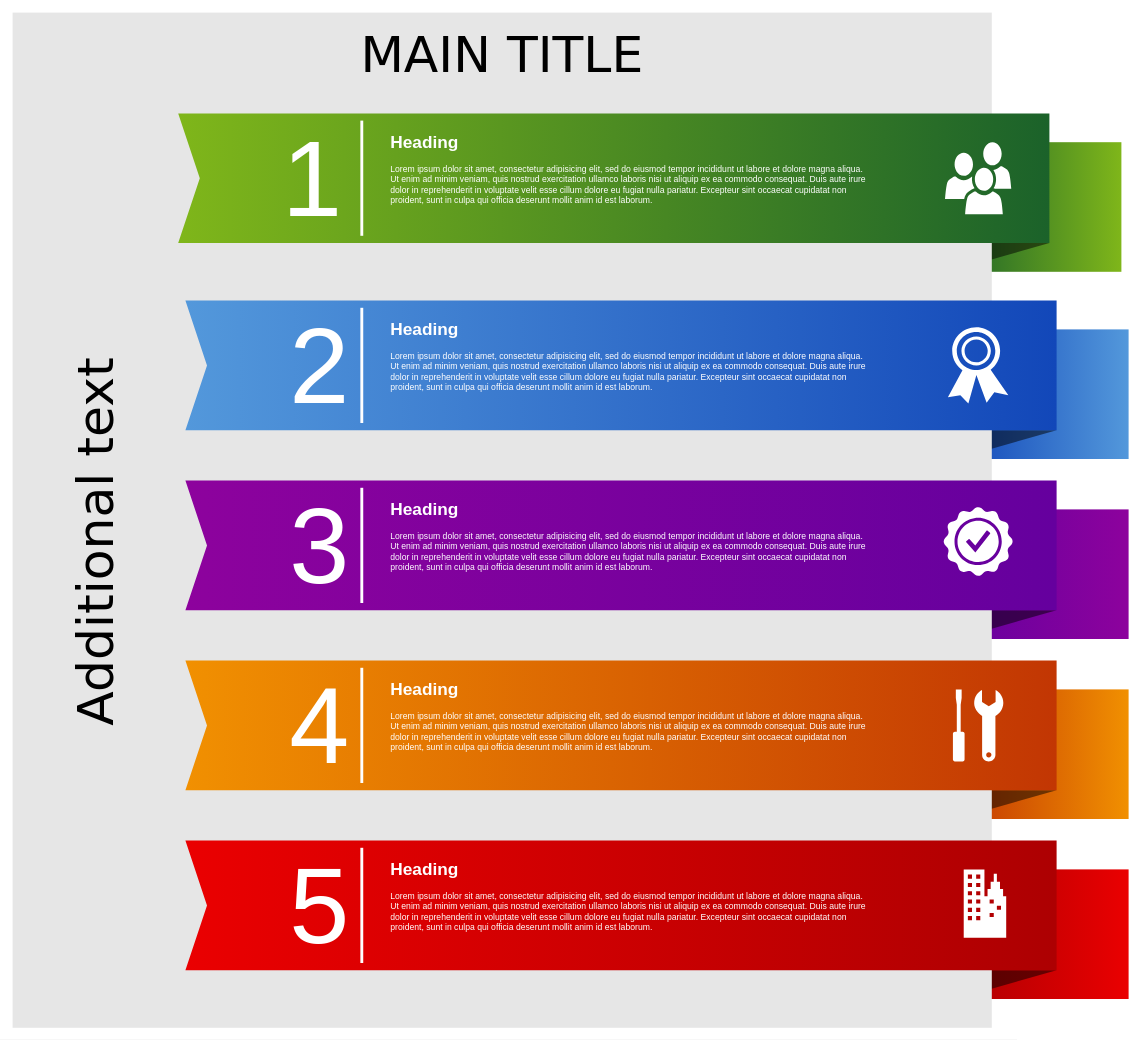
This is example/nornal.drawio from stramChen/MyDraw, a draw.io file, before an edit. Source tidied: cells renumbered, new cells numbered last; positions are measured from the earlier drawing's top-left corner, leaving out a move shared by most shapes. Both pictures are drawn from the tidied source at 72%, with x=0, y=0 at pixel (12, 12).
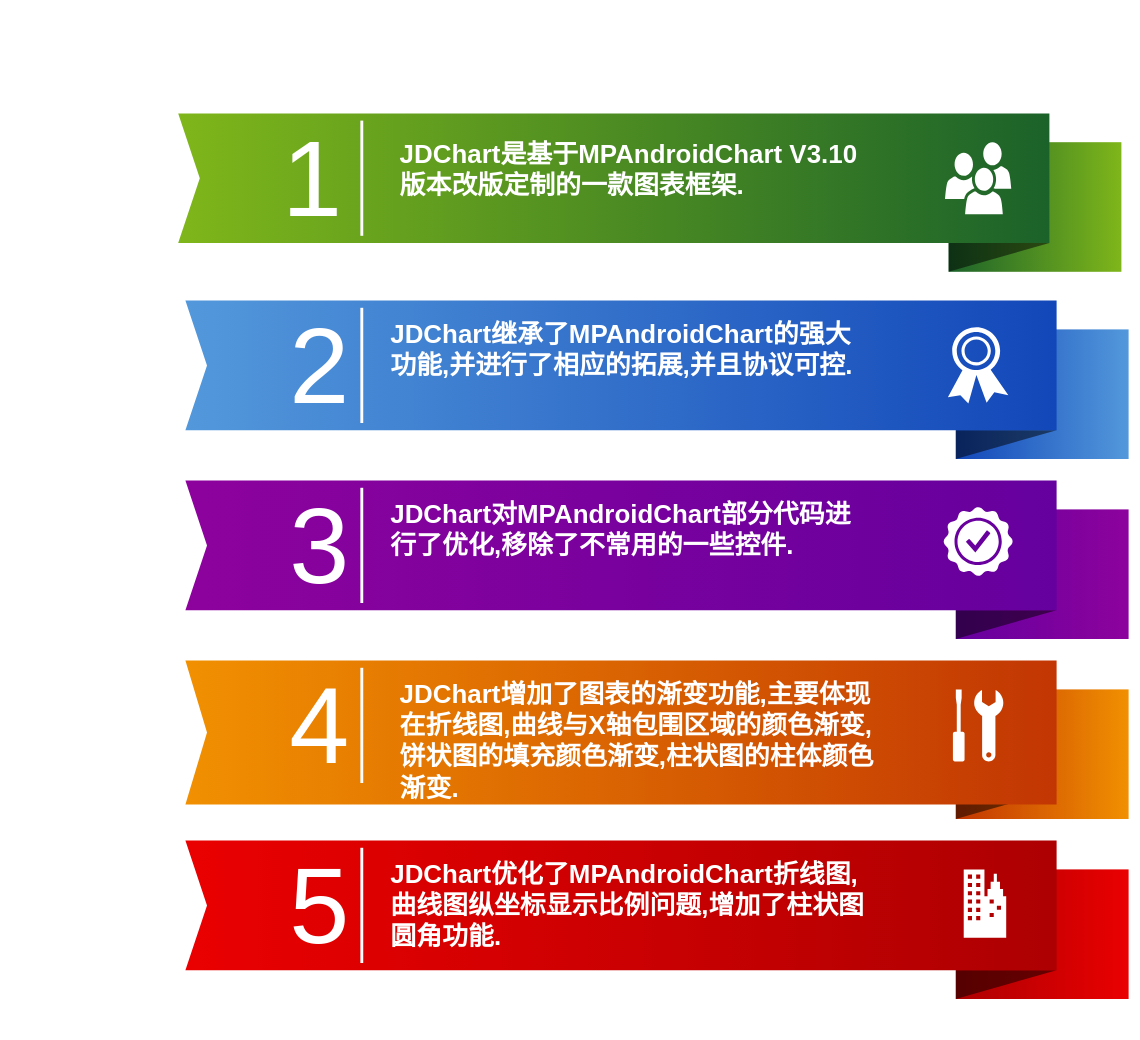
Above is the later version.

Diff of the diagram source:
```diff
@@
-    <mxCell id="12" value="MAIN TITLE" style="whiteSpace=wrap;html=1;rounded=0;shadow=0;dashed=0;strokeWidth=1;fillColor=#E6E6E6;fontFamily=Verdana;fontSize=70;strokeColor=none;verticalAlign=top;spacingTop=10;" parent="1" vertex="1">
-      <mxGeometry width="1360" height="1410" as="geometry" />
-    </mxCell>
@@
     <mxCell id="16" style="html=1;shadow=0;dashed=0;align=center;verticalAlign=middle;shape=mxgraph.arrows2.arrow;dy=0;dx=0;notch=30;rounded=0;strokeColor=none;strokeWidth=1;fillColor=#F19001;fontFamily=Tahoma;fontSize=10;fontColor=#FFFFFF;gradientColor=#C23603;gradientDirection=east;" parent="1" vertex="1">
-      <mxGeometry x="240" y="900" width="1210" height="180" as="geometry" />
+      <mxGeometry x="240" y="900" width="1210" height="200" as="geometry" />
     </mxCell>
@@
-    <mxCell id="18" value="Additional text" style="text;html=1;strokeColor=none;fillColor=none;align=center;verticalAlign=middle;whiteSpace=wrap;rounded=0;shadow=0;dashed=0;fontFamily=Verdana;fontSize=70;horizontal=0;" parent="1" vertex="1">
-      <mxGeometry x="50" y="140" width="130" height="1190" as="geometry" />
-    </mxCell>
@@
-    <mxCell id="29" value="&lt;h1&gt;Heading&lt;/h1&gt;&lt;p&gt;L&lt;span&gt;orem ipsum dolor sit amet, consectetur adipisicing elit, sed do eiusmod tempor incididunt ut labore et dolore magna aliqua. Ut enim ad minim veniam, quis nostrud exercitation ullamco laboris nisi ut aliquip ex ea commodo consequat. Duis aute irure dolor in reprehenderit in voluptate velit esse cillum dolore eu fugiat nulla pariatur. Excepteur sint occaecat cupidatat non proident, sunt in culpa qui officia deserunt mollit anim id est laborum.&lt;/span&gt;&lt;/p&gt;" style="text;html=1;strokeColor=none;fillColor=none;spacing=5;spacingTop=-20;whiteSpace=wrap;overflow=hidden;rounded=0;shadow=0;dashed=0;fontFamily=Helvetica;fontSize=12;fontColor=#FFFFFF;align=left;" parent="1" vertex="1">
-      <mxGeometry x="520" y="160" width="670" height="140" as="geometry" />
+    <mxCell id="29" value="&lt;h1&gt;&lt;font style=&quot;font-size: 36px&quot;&gt;JDChart是基于MPAndroidChart V3.10版本改版定制的一款图表框架.&lt;/font&gt;&lt;/h1&gt;&lt;div&gt;&lt;br&gt;&lt;/div&gt;" style="text;html=1;strokeColor=none;fillColor=none;spacing=5;spacingTop=-20;whiteSpace=wrap;overflow=hidden;rounded=0;shadow=0;dashed=0;fontFamily=Helvetica;fontSize=12;fontColor=#FFFFFF;align=left;" parent="1" vertex="1">
+      <mxGeometry x="533" y="170" width="670" height="130" as="geometry" />
     </mxCell>
-    <mxCell id="30" value="&lt;h1&gt;Heading&lt;/h1&gt;&lt;p&gt;L&lt;span&gt;orem ipsum dolor sit amet, consectetur adipisicing elit, sed do eiusmod tempor incididunt ut labore et dolore magna aliqua. Ut enim ad minim veniam, quis nostrud exercitation ullamco laboris nisi ut aliquip ex ea commodo consequat. Duis aute irure dolor in reprehenderit in voluptate velit esse cillum dolore eu fugiat nulla pariatur. Excepteur sint occaecat cupidatat non proident, sunt in culpa qui officia deserunt mollit anim id est laborum.&lt;/span&gt;&lt;/p&gt;" style="text;html=1;strokeColor=none;fillColor=none;spacing=5;spacingTop=-20;whiteSpace=wrap;overflow=hidden;rounded=0;shadow=0;dashed=0;fontFamily=Helvetica;fontSize=12;fontColor=#FFFFFF;align=left;" parent="1" vertex="1">
+    <mxCell id="30" value="&lt;h1&gt;&lt;font style=&quot;font-size: 36px&quot;&gt;JDChart继承了MPAndroidChart的强大功能,并进行了相应的拓展,并且协议可控.&lt;/font&gt;&lt;/h1&gt;" style="text;html=1;strokeColor=none;fillColor=none;spacing=5;spacingTop=-20;whiteSpace=wrap;overflow=hidden;rounded=0;shadow=0;dashed=0;fontFamily=Helvetica;fontSize=12;fontColor=#FFFFFF;align=left;" parent="1" vertex="1">
       <mxGeometry x="520" y="420" width="670" height="140" as="geometry" />
     </mxCell>
-    <mxCell id="31" value="&lt;h1&gt;Heading&lt;/h1&gt;&lt;p&gt;L&lt;span&gt;orem ipsum dolor sit amet, consectetur adipisicing elit, sed do eiusmod tempor incididunt ut labore et dolore magna aliqua. Ut enim ad minim veniam, quis nostrud exercitation ullamco laboris nisi ut aliquip ex ea commodo consequat. Duis aute irure dolor in reprehenderit in voluptate velit esse cillum dolore eu fugiat nulla pariatur. Excepteur sint occaecat cupidatat non proident, sunt in culpa qui officia deserunt mollit anim id est laborum.&lt;/span&gt;&lt;/p&gt;" style="text;html=1;strokeColor=none;fillColor=none;spacing=5;spacingTop=-20;whiteSpace=wrap;overflow=hidden;rounded=0;shadow=0;dashed=0;fontFamily=Helvetica;fontSize=12;fontColor=#FFFFFF;align=left;" parent="1" vertex="1">
+    <mxCell id="31" value="&lt;h1&gt;&lt;font style=&quot;font-size: 36px&quot;&gt;JDChart对MPAndroidChart部分代码进行了优化,移除了不常用的一些控件.&lt;/font&gt;&lt;/h1&gt;&lt;p&gt;&lt;br&gt;&lt;/p&gt;" style="text;html=1;strokeColor=none;fillColor=none;spacing=5;spacingTop=-20;whiteSpace=wrap;overflow=hidden;rounded=0;shadow=0;dashed=0;fontFamily=Helvetica;fontSize=12;fontColor=#FFFFFF;align=left;" parent="1" vertex="1">
       <mxGeometry x="520" y="670" width="670" height="140" as="geometry" />
     </mxCell>
-    <mxCell id="32" value="&lt;h1&gt;Heading&lt;/h1&gt;&lt;p&gt;L&lt;span&gt;orem ipsum dolor sit amet, consectetur adipisicing elit, sed do eiusmod tempor incididunt ut labore et dolore magna aliqua. Ut enim ad minim veniam, quis nostrud exercitation ullamco laboris nisi ut aliquip ex ea commodo consequat. Duis aute irure dolor in reprehenderit in voluptate velit esse cillum dolore eu fugiat nulla pariatur. Excepteur sint occaecat cupidatat non proident, sunt in culpa qui officia deserunt mollit anim id est laborum.&lt;/span&gt;&lt;/p&gt;" style="text;html=1;strokeColor=none;fillColor=none;spacing=5;spacingTop=-20;whiteSpace=wrap;overflow=hidden;rounded=0;shadow=0;dashed=0;fontFamily=Helvetica;fontSize=12;fontColor=#FFFFFF;align=left;" parent="1" vertex="1">
-      <mxGeometry x="520" y="920" width="670" height="140" as="geometry" />
+    <mxCell id="32" value="&lt;h1&gt;&lt;font style=&quot;font-size: 36px&quot;&gt;JDChart增加了图表的渐变功能,主要体现在折线图,曲线与X轴包围区域的颜色渐变,饼状图的填充颜色渐变,柱状图的柱体颜色渐变.&lt;/font&gt;&lt;/h1&gt;" style="text;html=1;strokeColor=none;fillColor=none;spacing=5;spacingTop=-20;whiteSpace=wrap;overflow=hidden;rounded=0;shadow=0;dashed=0;fontFamily=Helvetica;fontSize=12;fontColor=#FFFFFF;align=left;" parent="1" vertex="1">
+      <mxGeometry x="533" y="920" width="670" height="180" as="geometry" />
     </mxCell>
-    <mxCell id="33" value="&lt;h1&gt;Heading&lt;/h1&gt;&lt;p&gt;L&lt;span&gt;orem ipsum dolor sit amet, consectetur adipisicing elit, sed do eiusmod tempor incididunt ut labore et dolore magna aliqua. Ut enim ad minim veniam, quis nostrud exercitation ullamco laboris nisi ut aliquip ex ea commodo consequat. Duis aute irure dolor in reprehenderit in voluptate velit esse cillum dolore eu fugiat nulla pariatur. Excepteur sint occaecat cupidatat non proident, sunt in culpa qui officia deserunt mollit anim id est laborum.&lt;/span&gt;&lt;/p&gt;" style="text;html=1;strokeColor=none;fillColor=none;spacing=5;spacingTop=-20;whiteSpace=wrap;overflow=hidden;rounded=0;shadow=0;dashed=0;fontFamily=Helvetica;fontSize=12;fontColor=#FFFFFF;align=left;" parent="1" vertex="1">
+    <mxCell id="33" value="&lt;h1&gt;&lt;font style=&quot;font-size: 36px&quot;&gt;JDChart优化了MPAndroidChart折线图,曲线图纵坐标显示比例问题,增加了柱状图圆角功能.&lt;/font&gt;&lt;/h1&gt;" style="text;html=1;strokeColor=none;fillColor=none;spacing=5;spacingTop=-20;whiteSpace=wrap;overflow=hidden;rounded=0;shadow=0;dashed=0;fontFamily=Helvetica;fontSize=12;fontColor=#FFFFFF;align=left;" parent="1" vertex="1">
       <mxGeometry x="520" y="1170" width="670" height="140" as="geometry" />
     </mxCell>
```
